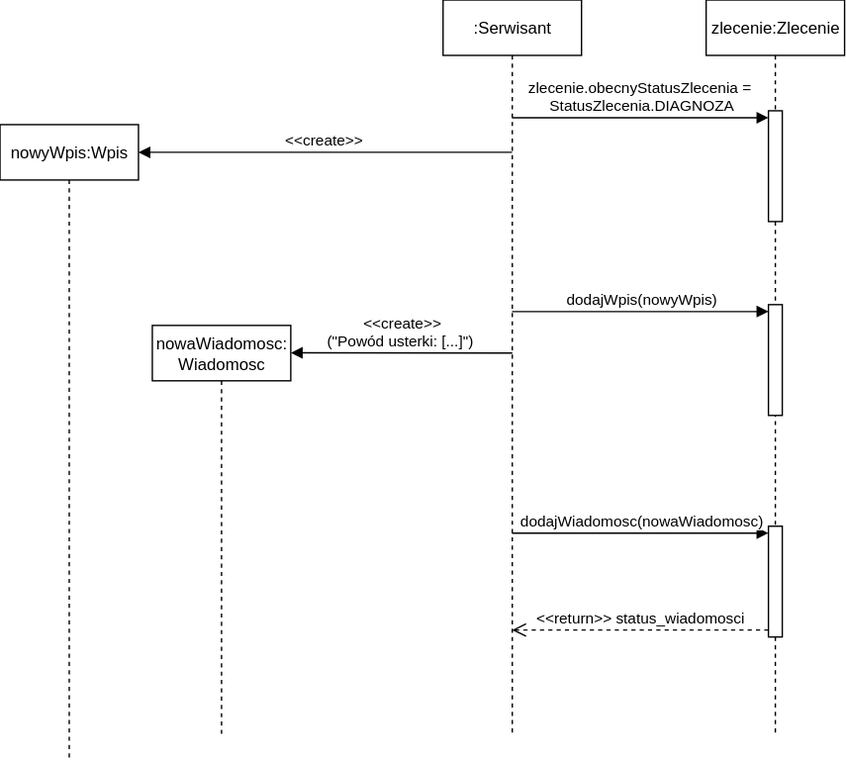
Before: DiagramPrzebiegu3.drawio.svg, a diagram exported from draw.io (pborysq/ProjektIO). Source tidied: cells renumbered, new cells last; positions are measured from the earlier drawing's top-left corner, leaving out a move shared by most shapes.
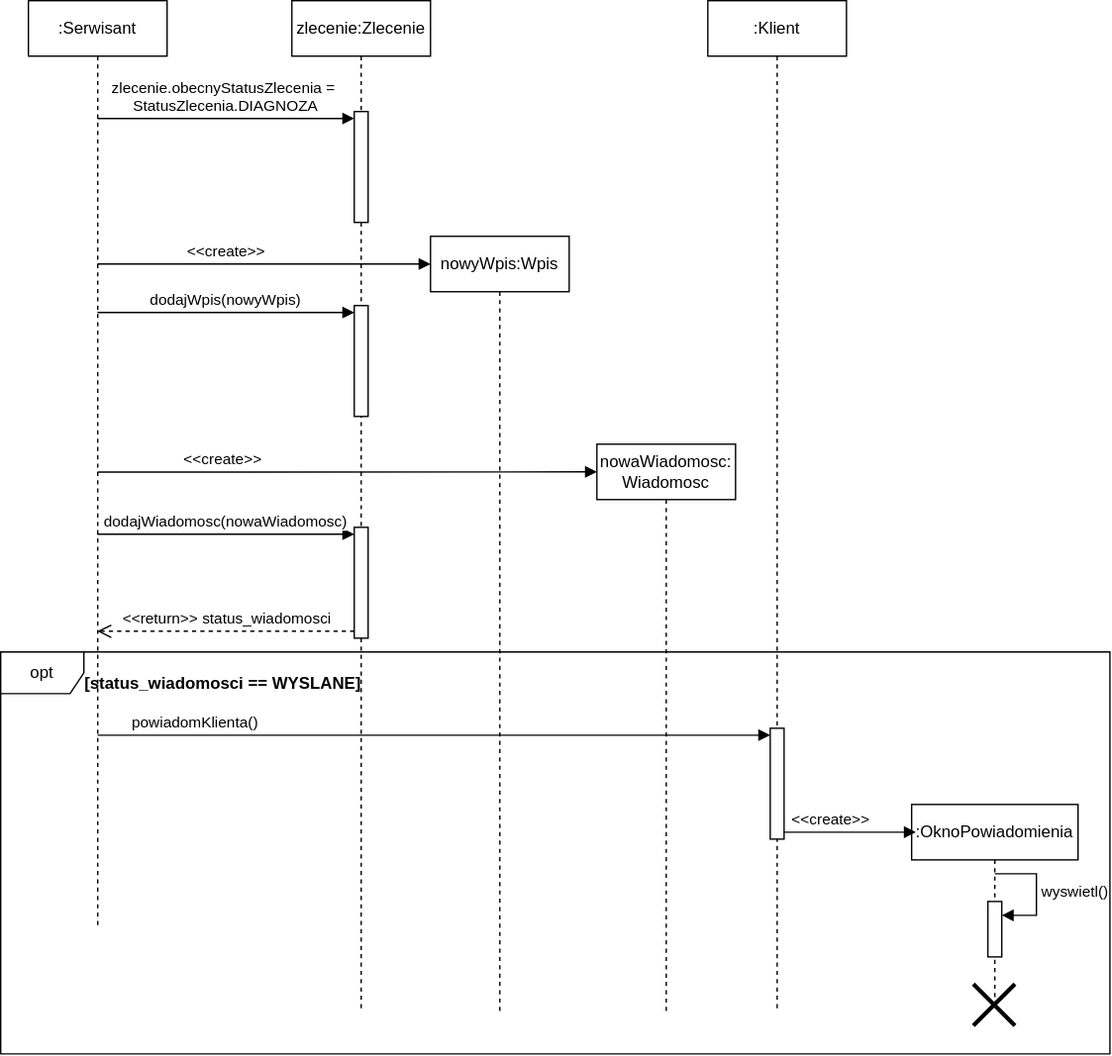
The same file after the commit.

Diff of the diagram source:
```diff
@@ -3,10 +3,10 @@
     <mxCell id="0" />
     <mxCell id="1" parent="0" />
     <mxCell id="2" value=":Serwisant" style="shape=umlLifeline;perimeter=lifelinePerimeter;whiteSpace=wrap;html=1;outlineConnect=0;portConstraint=eastwest;newEdgeStyle={&quot;curved&quot;:0,&quot;rounded&quot;:0};" parent="1" vertex="1">
-      <mxGeometry x="320" width="100" height="530" as="geometry" />
+      <mxGeometry x="320" width="100" height="670" as="geometry" />
     </mxCell>
     <mxCell id="3" value="zlecenie:Zlecenie" style="shape=umlLifeline;perimeter=lifelinePerimeter;whiteSpace=wrap;html=1;newEdgeStyle={&quot;curved&quot;:0,&quot;rounded&quot;:0};" parent="1" vertex="1">
-      <mxGeometry x="510" width="100" height="530" as="geometry" />
+      <mxGeometry x="510" width="100" height="730" as="geometry" />
     </mxCell>
     <mxCell id="4" style="html=1;points=[[0,0,0,0,5],[0,1,0,0,-5],[1,0,0,0,5],[1,1,0,0,-5]];perimeter=orthogonalPerimeter;outlineConnect=0;targetShapes=umlLifeline;portConstraint=eastwest;newEdgeStyle={&quot;curved&quot;:0,&quot;rounded&quot;:0};" parent="3" vertex="1">
       <mxGeometry x="45" y="380" width="10" height="80" as="geometry" />
@@ -28,24 +28,24 @@
       </mxGeometry>
     </mxCell>
     <mxCell id="9" value="nowyWpis:Wpis" style="shape=umlLifeline;perimeter=lifelinePerimeter;whiteSpace=wrap;html=1;newEdgeStyle={&quot;curved&quot;:0,&quot;rounded&quot;:0};" parent="1" vertex="1">
-      <mxGeometry y="90" width="100" height="460" as="geometry" />
+      <mxGeometry x="610" y="170" width="100" height="560" as="geometry" />
     </mxCell>
     <mxCell id="10" value="&lt;div&gt;&amp;lt;&amp;lt;create&amp;gt;&amp;gt;&amp;nbsp;&lt;/div&gt;" style="html=1;verticalAlign=bottom;endArrow=block;curved=0;rounded=0;" parent="1" edge="1">
-      <mxGeometry relative="1" as="geometry">
-        <mxPoint x="369.8" y="110" as="sourcePoint" />
-        <mxPoint x="100" y="110" as="targetPoint" />
+      <mxGeometry x="-0.21" relative="1" as="geometry">
+        <mxPoint x="369.8" y="190" as="sourcePoint" />
+        <mxPoint x="610" y="190" as="targetPoint" />
         <Array as="points">
-          <mxPoint x="370" y="110" />
+          <mxPoint x="370" y="190" />
         </Array>
       </mxGeometry>
     </mxCell>
     <mxCell id="11" value="&lt;div&gt;nowaWiadomosc:&lt;/div&gt;&lt;div&gt;Wiadomosc&lt;/div&gt;" style="shape=umlLifeline;perimeter=lifelinePerimeter;whiteSpace=wrap;html=1;newEdgeStyle={&quot;curved&quot;:0,&quot;rounded&quot;:0};" parent="1" vertex="1">
-      <mxGeometry x="110" y="235" width="100" height="295" as="geometry" />
+      <mxGeometry x="730" y="320" width="100" height="410" as="geometry" />
     </mxCell>
-    <mxCell id="12" value="&lt;div&gt;&amp;lt;&amp;lt;create&amp;gt;&amp;gt;&lt;/div&gt;&lt;div&gt;(&quot;Powód usterki: [...]&quot;)&amp;nbsp;&lt;/div&gt;" style="html=1;verticalAlign=bottom;endArrow=block;curved=0;rounded=0;" parent="1" edge="1">
-      <mxGeometry relative="1" as="geometry">
-        <mxPoint x="370" y="255" as="sourcePoint" />
-        <mxPoint x="210" y="254.8" as="targetPoint" />
+    <mxCell id="12" value="&lt;div&gt;&amp;lt;&amp;lt;create&amp;gt;&amp;gt;&lt;/div&gt;" style="html=1;verticalAlign=bottom;endArrow=block;curved=0;rounded=0;" parent="1" edge="1">
+      <mxGeometry x="-0.5" relative="1" as="geometry">
+        <mxPoint x="370" y="340.2" as="sourcePoint" />
+        <mxPoint x="730" y="340" as="targetPoint" />
       </mxGeometry>
     </mxCell>
     <mxCell id="13" value="dodajWiadomosc(nowaWiadomosc)" style="html=1;verticalAlign=bottom;endArrow=block;curved=0;rounded=0;entryX=0;entryY=0;entryDx=0;entryDy=5;entryPerimeter=0;" parent="1" edge="1" source="2" target="4">
@@ -54,5 +54,44 @@
     <mxCell id="14" value="&amp;lt;&amp;lt;return&amp;gt;&amp;gt; status_wiadomosci" style="html=1;verticalAlign=bottom;endArrow=open;dashed=1;endSize=8;curved=0;rounded=0;exitX=0;exitY=1;exitDx=0;exitDy=-5;exitPerimeter=0;" parent="1" edge="1" source="4" target="2">
       <mxGeometry relative="1" as="geometry" />
     </mxCell>
+    <mxCell id="15" value=":Klient" style="shape=umlLifeline;perimeter=lifelinePerimeter;whiteSpace=wrap;html=1;newEdgeStyle={&quot;curved&quot;:0,&quot;rounded&quot;:0};" parent="1" vertex="1">
+      <mxGeometry x="810" width="100" height="730" as="geometry" />
+    </mxCell>
+    <mxCell id="16" style="html=1;points=[[0,0,0,0,5],[0,1,0,0,-5],[1,0,0,0,5],[1,1,0,0,-5]];perimeter=orthogonalPerimeter;outlineConnect=0;targetShapes=umlLifeline;portConstraint=eastwest;newEdgeStyle={&quot;curved&quot;:0,&quot;rounded&quot;:0};" parent="15" vertex="1">
+      <mxGeometry x="45" y="525" width="10" height="80" as="geometry" />
+    </mxCell>
+    <mxCell id="17" value=":OknoPowiadomienia" style="shape=umlLifeline;perimeter=lifelinePerimeter;whiteSpace=wrap;html=1;newEdgeStyle={&quot;curved&quot;:0,&quot;rounded&quot;:0};" parent="1" vertex="1">
+      <mxGeometry x="957" y="580" width="120" height="144" as="geometry" />
+    </mxCell>
+    <mxCell id="18" style="html=1;points=[[0,0,0,0,5],[0,1,0,0,-5],[1,0,0,0,5],[1,1,0,0,-5]];perimeter=orthogonalPerimeter;outlineConnect=0;targetShapes=umlLifeline;portConstraint=eastwest;newEdgeStyle={&quot;curved&quot;:0,&quot;rounded&quot;:0};" parent="17" vertex="1">
+      <mxGeometry x="55" y="70" width="10" height="40" as="geometry" />
+    </mxCell>
+    <mxCell id="19" value="wyswietl()" style="html=1;align=left;spacingLeft=2;endArrow=block;rounded=0;edgeStyle=orthogonalEdgeStyle;curved=0;rounded=0;" parent="17" edge="1" target="18">
+      <mxGeometry relative="1" as="geometry">
+        <mxPoint x="60" y="50" as="sourcePoint" />
+        <Array as="points">
+          <mxPoint x="90" y="80" />
+        </Array>
+      </mxGeometry>
+    </mxCell>
+    <mxCell id="20" style="shape=umlDestroy;whiteSpace=wrap;html=1;strokeWidth=3;targetShapes=umlLifeline;" parent="17" vertex="1">
+      <mxGeometry x="45" y="130" width="30" height="30" as="geometry" />
+    </mxCell>
+    <mxCell id="21" value="&lt;div&gt;&amp;lt;&amp;lt;create&amp;gt;&amp;gt;&amp;nbsp;&lt;/div&gt;" style="html=1;verticalAlign=bottom;endArrow=block;curved=0;rounded=0;" parent="1" edge="1" source="16">
+      <mxGeometry x="-0.26" relative="1" as="geometry">
+        <mxPoint x="960" y="600" as="targetPoint" />
+      </mxGeometry>
+    </mxCell>
+    <mxCell id="22" value="powiadomKlienta()" style="html=1;verticalAlign=bottom;startArrow=none;endArrow=block;startSize=8;curved=0;rounded=0;entryX=0;entryY=0;entryDx=0;entryDy=5;startFill=0;" parent="1" edge="1" target="16">
+      <mxGeometry x="-0.71" relative="1" as="geometry">
+        <mxPoint x="369.9" y="530" as="sourcePoint" />
+      </mxGeometry>
+    </mxCell>
+    <mxCell id="23" value="&lt;div&gt;opt&lt;/div&gt;" style="shape=umlFrame;whiteSpace=wrap;html=1;" parent="1" vertex="1">
+      <mxGeometry x="300" y="470" width="800" height="290" as="geometry" />
+    </mxCell>
+    <mxCell id="24" value="[status_wiadomosci == WYSLANE]" style="text;align=center;fontStyle=1;verticalAlign=middle;spacingLeft=3;spacingRight=3;strokeColor=none;html=1;" parent="1" vertex="1">
+      <mxGeometry x="420" y="480" width="80" height="26" as="geometry" />
+    </mxCell>
   </root>
 </mxGraphModel>
```
